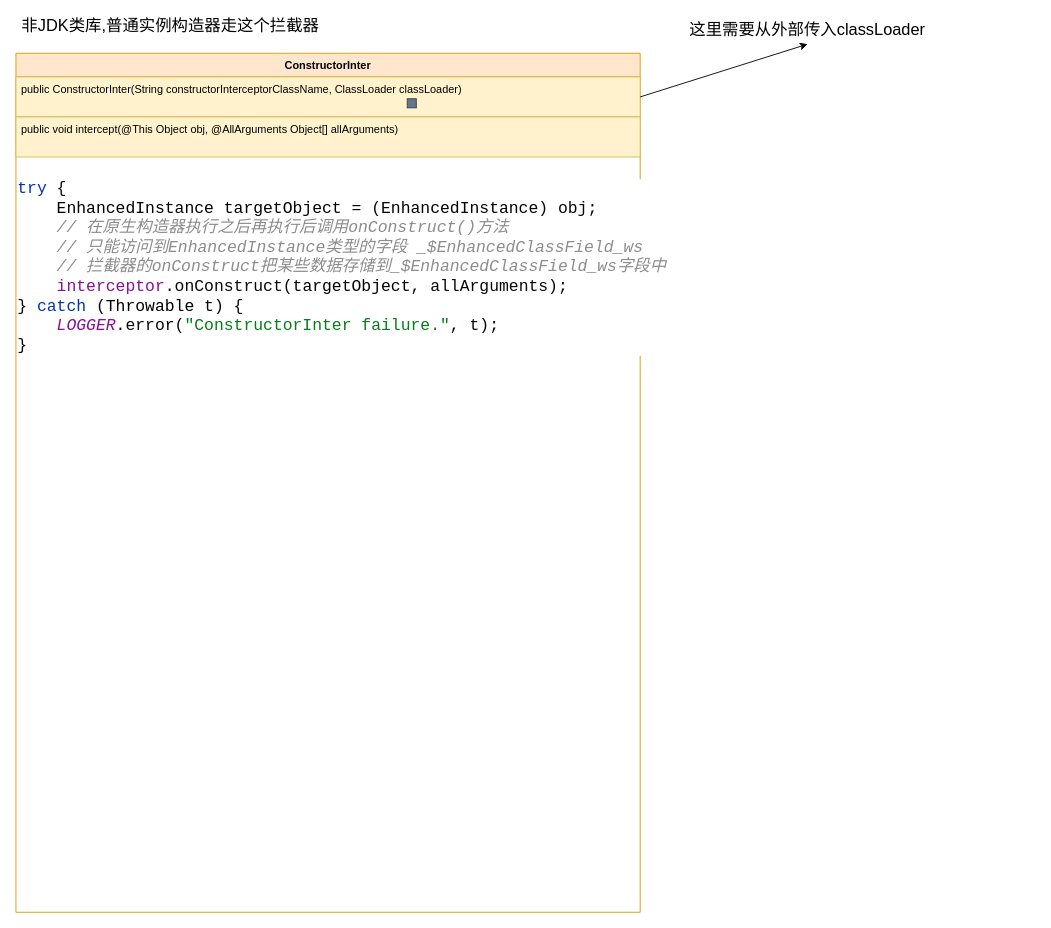
Above: page "ConstructorInter" (5 of 7) of skywalking/skywalking.drawio in fuzi1996/diagrams (draw.io), before the change. Source tidied: cells renumbered, new cells numbered last; positions are measured from the earlier drawing's top-left corner, leaving out a move shared by most shapes. Both pictures are drawn from the tidied source at 91%, with x=0, y=0 at pixel (15, 16).
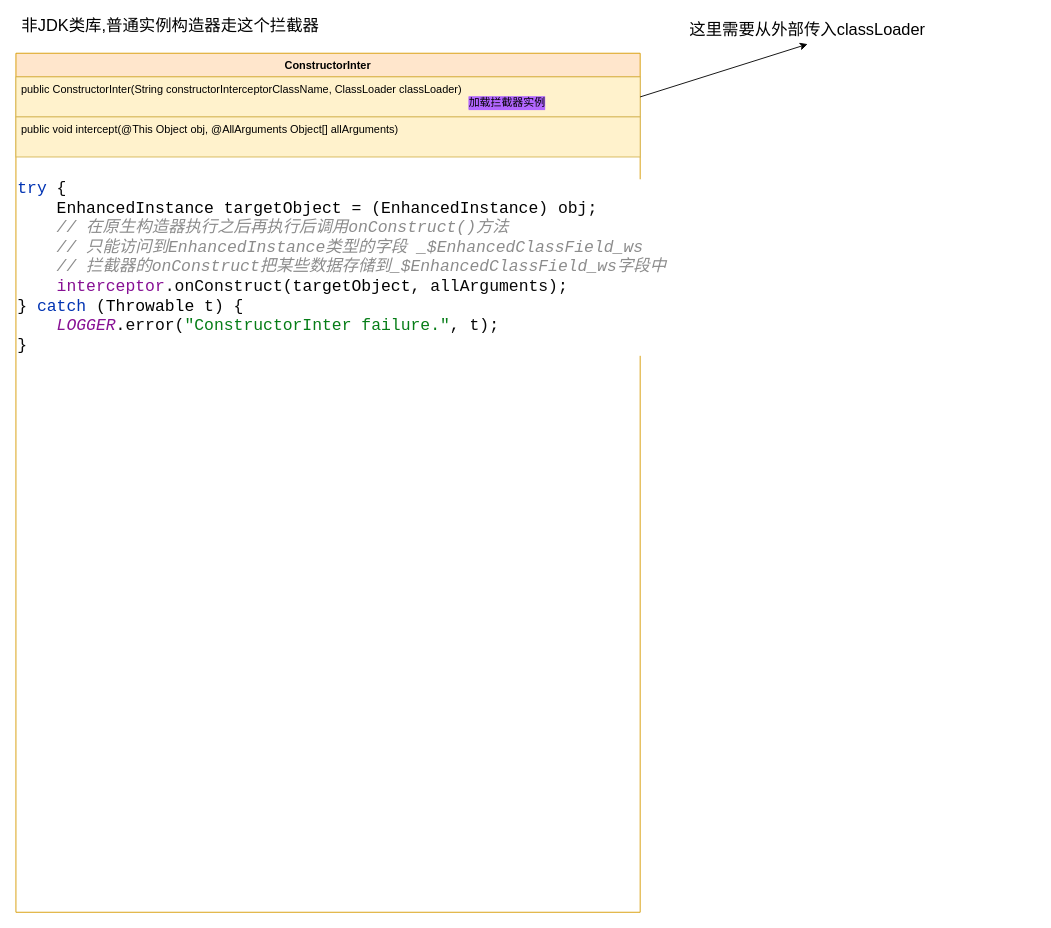
The same page after the edit.

Diff of the diagram source:
```diff
@@
 <mxGraphModel>
   <root>
     <mxCell id="0" />
     <mxCell id="1" parent="0" />
     <mxCell id="2" value="ConstructorInter" style="swimlane;fontStyle=1;align=center;verticalAlign=top;horizontal=1;startSize=26;fillColor=#ffe6cc;strokeColor=#d79b00;" parent="1" vertex="1">
       <mxGeometry y="40" width="686" height="944" as="geometry" />
     </mxCell>
     <mxCell id="3" value="public ConstructorInter(String constructorInterceptorClassName, ClassLoader classLoader)" style="text;strokeColor=#d6b656;fillColor=#fff2cc;align=left;verticalAlign=top;spacingLeft=4;spacingRight=4;overflow=hidden;points=[[0,0.5],[1,0.5]];portConstraint=eastwest;" parent="2" vertex="1">
       <mxGeometry y="26" width="686" height="44" as="geometry" />
     </mxCell>
     <mxCell id="4" style="group;align=left;" parent="2" vertex="1">
       <mxGeometry y="70" width="686" height="874" as="geometry" />
     </mxCell>
     <mxCell id="5" value="&lt;pre style=&quot;background-color: #ffffff ; color: #080808 ; font-family: &amp;#34;jetbrains mono&amp;#34; , monospace ; font-size: 13.5pt&quot;&gt;&lt;pre style=&quot;font-family: &amp;#34;jetbrains mono&amp;#34; , monospace ; font-size: 13.5pt&quot;&gt;&lt;pre style=&quot;font-family: &amp;#34;jetbrains mono&amp;#34; , monospace ; font-size: 13.5pt&quot;&gt;&lt;span style=&quot;color: #0033b3&quot;&gt;try &lt;/span&gt;{&lt;br&gt;    &lt;span style=&quot;color: #000000&quot;&gt;EnhancedInstance targetObject &lt;/span&gt;= (&lt;span style=&quot;color: #000000&quot;&gt;EnhancedInstance&lt;/span&gt;) obj;&lt;br&gt;    &lt;span style=&quot;color: #8c8c8c ; font-style: italic&quot;&gt;// &lt;/span&gt;&lt;span style=&quot;color: #8c8c8c ; font-style: italic ; font-family: &amp;#34;宋体&amp;#34; , monospace&quot;&gt;在原生构造器执行之后再执行后调用&lt;/span&gt;&lt;span style=&quot;color: #8c8c8c ; font-style: italic&quot;&gt;onConstruct()&lt;/span&gt;&lt;span style=&quot;color: #8c8c8c ; font-style: italic ; font-family: &amp;#34;宋体&amp;#34; , monospace&quot;&gt;方法&lt;br&gt;&lt;/span&gt;&lt;span style=&quot;color: #8c8c8c ; font-style: italic ; font-family: &amp;#34;宋体&amp;#34; , monospace&quot;&gt;    &lt;/span&gt;&lt;span style=&quot;color: #8c8c8c ; font-style: italic&quot;&gt;// &lt;/span&gt;&lt;span style=&quot;color: #8c8c8c ; font-style: italic ; font-family: &amp;#34;宋体&amp;#34; , monospace&quot;&gt;只能访问到&lt;/span&gt;&lt;span style=&quot;color: #8c8c8c ; font-style: italic&quot;&gt;EnhancedInstance&lt;/span&gt;&lt;span style=&quot;color: #8c8c8c ; font-style: italic ; font-family: &amp;#34;宋体&amp;#34; , monospace&quot;&gt;类型的字段&lt;/span&gt;&lt;span style=&quot;color: #8c8c8c ; font-style: italic&quot;&gt; _$EnhancedClassField_ws&lt;br&gt;&lt;/span&gt;&lt;span style=&quot;color: #8c8c8c ; font-style: italic&quot;&gt;    // &lt;/span&gt;&lt;span style=&quot;color: #8c8c8c ; font-style: italic ; font-family: &amp;#34;宋体&amp;#34; , monospace&quot;&gt;拦截器的&lt;/span&gt;&lt;span style=&quot;color: #8c8c8c ; font-style: italic&quot;&gt;onConstruct&lt;/span&gt;&lt;span style=&quot;color: #8c8c8c ; font-style: italic ; font-family: &amp;#34;宋体&amp;#34; , monospace&quot;&gt;把某些数据存储到&lt;/span&gt;&lt;span style=&quot;color: #8c8c8c ; font-style: italic&quot;&gt;_$EnhancedClassField_ws&lt;/span&gt;&lt;span style=&quot;color: #8c8c8c ; font-style: italic ; font-family: &amp;#34;宋体&amp;#34; , monospace&quot;&gt;字段中&lt;br&gt;&lt;/span&gt;&lt;span style=&quot;color: #8c8c8c ; font-style: italic ; font-family: &amp;#34;宋体&amp;#34; , monospace&quot;&gt;    &lt;/span&gt;&lt;span style=&quot;color: #871094&quot;&gt;interceptor&lt;/span&gt;.onConstruct(&lt;span style=&quot;color: #000000&quot;&gt;targetObject&lt;/span&gt;, allArguments);&lt;br&gt;} &lt;span style=&quot;color: #0033b3&quot;&gt;catch &lt;/span&gt;(&lt;span style=&quot;color: #000000&quot;&gt;Throwable &lt;/span&gt;t) {&lt;br&gt;    &lt;span style=&quot;color: #871094 ; font-style: italic&quot;&gt;LOGGER&lt;/span&gt;.error(&lt;span style=&quot;color: #067d17&quot;&gt;&quot;ConstructorInter failure.&quot;&lt;/span&gt;, t);&lt;br&gt;}&lt;/pre&gt;&lt;/pre&gt;&lt;/pre&gt;" style="text;html=1;strokeColor=none;fillColor=none;align=left;verticalAlign=top;whiteSpace=wrap;rounded=0;fontFamily=Helvetica;fontSize=18;fontColor=#000000;" parent="4" vertex="1">
       <mxGeometry y="44" width="1120" height="830" as="geometry" />
     </mxCell>
     <mxCell id="6" value="public void intercept(@This Object obj, @AllArguments Object[] allArguments)" style="text;strokeColor=#d6b656;fillColor=#fff2cc;align=left;verticalAlign=top;spacingLeft=4;spacingRight=4;overflow=hidden;" parent="4" vertex="1">
       <mxGeometry width="686" height="44" as="geometry" />
     </mxCell>
     <mxCell id="7" value="非JDK类库,普通实例构造器走这个拦截器" style="text;html=1;strokeColor=none;fillColor=none;align=center;verticalAlign=middle;whiteSpace=wrap;rounded=0;fontFamily=Helvetica;fontSize=18;fontColor=#000000;" parent="1" vertex="1">
       <mxGeometry width="340" height="20" as="geometry" />
     </mxCell>
     <mxCell id="8" value="这里需要从外部传入classLoader" style="text;html=1;strokeColor=none;fillColor=none;align=center;verticalAlign=middle;whiteSpace=wrap;rounded=0;fontFamily=Helvetica;fontSize=18;fontColor=#000000;" parent="1" vertex="1">
       <mxGeometry x="730" width="280" height="30" as="geometry" />
     </mxCell>
     <mxCell id="9" style="endArrow=classic;html=1;fontFamily=Helvetica;fontSize=18;fontColor=#000000;entryX=0.5;entryY=1;entryDx=0;entryDy=0;exitX=1;exitY=0.5;exitDx=0;exitDy=0;" parent="1" edge="1" source="3" target="8">
       <mxGeometry relative="1" as="geometry" />
     </mxCell>
-    <mxCell id="10" style="rounded=0;whiteSpace=wrap;html=1;fontFamily=Helvetica;align=left;verticalAlign=top;strokeColor=#314354;labelBorderColor=#000000;fillColor=#647687;fontColor=#ffffff;fontSize=18;" parent="1" vertex="1">
-      <mxGeometry x="430" y="90" width="10" height="10" as="geometry" />
-    </mxCell>
+    <mxCell id="11" value="&lt;span style=&quot;background-color: rgb(178 , 102 , 255)&quot;&gt;加载拦截器实例&lt;/span&gt;" style="text;html=1;strokeColor=none;fillColor=none;align=center;verticalAlign=middle;whiteSpace=wrap;rounded=0;fontFamily=Helvetica;fontSize=12;labelBackgroundColor=#B266FF;labelBorderColor=none;fontColor=default;" parent="1" vertex="1">
+      <mxGeometry x="490" y="80" width="100" height="30" as="geometry" />
+    </mxCell>
   </root>
 </mxGraphModel>
```
